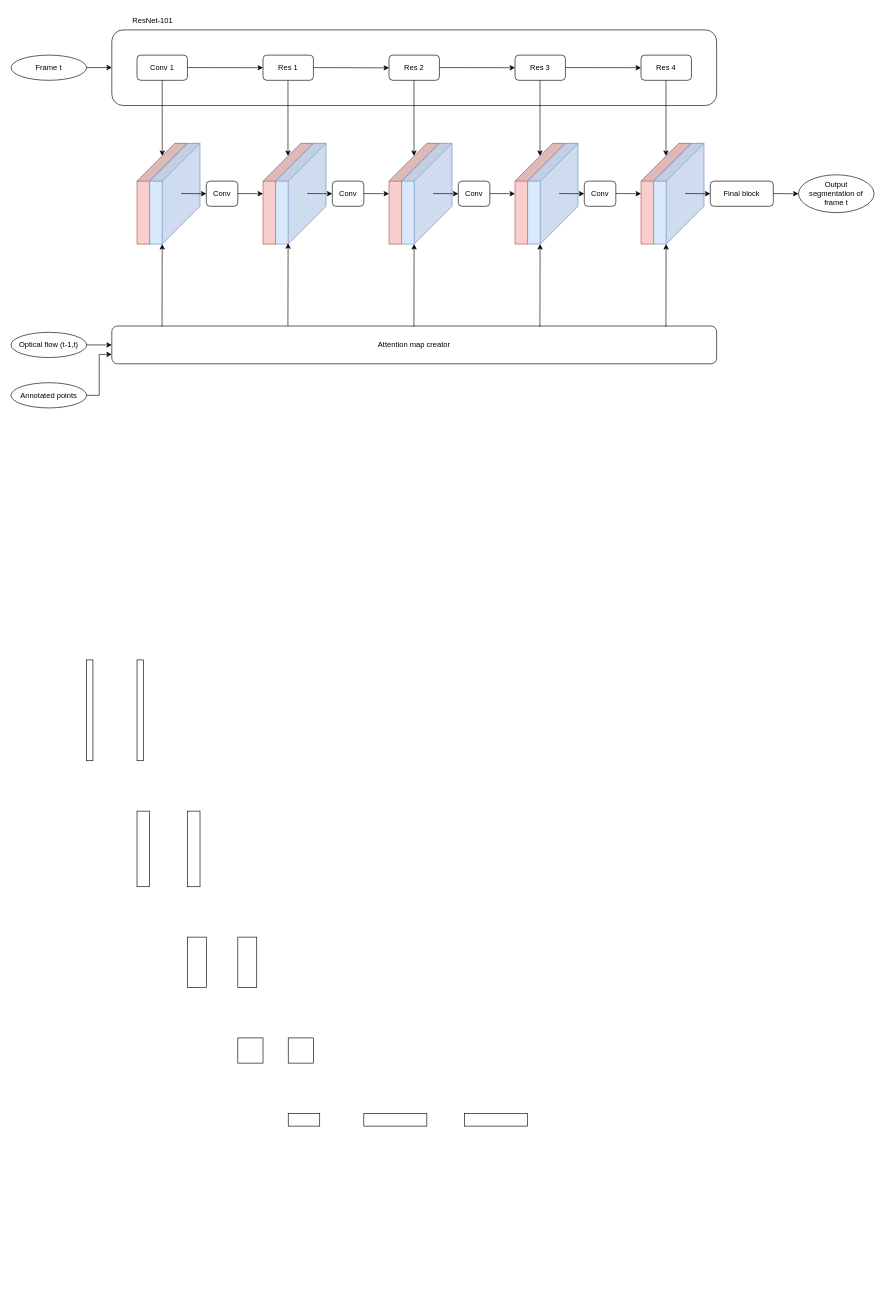
Before: proposeddiagram.drawio in mirarzf/OF-tracker, a draw.io diagram. Source tidied: cells renumbered, new cells numbered last; positions are measured from the earlier drawing's top-left corner, leaving out a move shared by most shapes. Both pictures are drawn from the tidied source at 63%, with x=0, y=0 at pixel (11, 11).
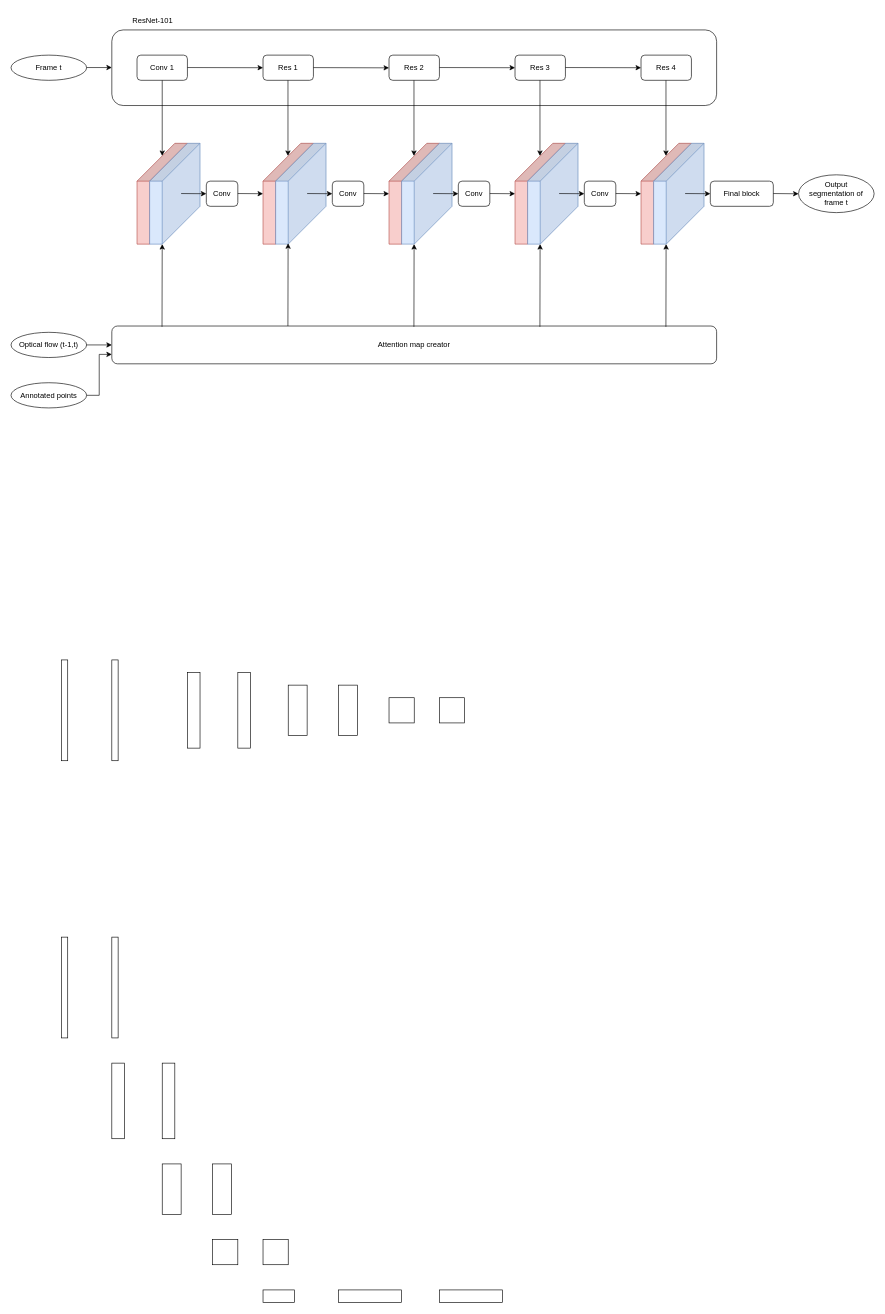
Above is the later version.

Commit message:
Updated proposed diagram

Change to the diagram source:
```diff
@@
     <mxCell id="56" style="rounded=0;whiteSpace=wrap;html=1;" parent="1" vertex="1">
-      <mxGeometry x="120" y="1030" width="10" height="160" as="geometry" />
+      <mxGeometry x="80" y="1030" width="10" height="160" as="geometry" />
     </mxCell>
     <mxCell id="57" style="rounded=0;whiteSpace=wrap;html=1;" parent="1" vertex="1">
-      <mxGeometry x="200" y="1030" width="10" height="160" as="geometry" />
+      <mxGeometry x="160" y="1030" width="10" height="160" as="geometry" />
     </mxCell>
     <mxCell id="58" style="rounded=0;whiteSpace=wrap;html=1;" parent="1" vertex="1">
-      <mxGeometry x="200" y="1270" width="20" height="120" as="geometry" />
+      <mxGeometry x="280" y="1050" width="20" height="120" as="geometry" />
     </mxCell>
     <mxCell id="59" style="rounded=0;whiteSpace=wrap;html=1;" parent="1" vertex="1">
-      <mxGeometry x="280" y="1270" width="20" height="120" as="geometry" />
+      <mxGeometry x="360" y="1050" width="20" height="120" as="geometry" />
     </mxCell>
     <mxCell id="60" style="rounded=0;whiteSpace=wrap;html=1;" parent="1" vertex="1">
-      <mxGeometry x="280" y="1470" width="30" height="80" as="geometry" />
+      <mxGeometry x="440" y="1070" width="30" height="80" as="geometry" />
     </mxCell>
     <mxCell id="61" style="rounded=0;whiteSpace=wrap;html=1;" parent="1" vertex="1">
-      <mxGeometry x="360" y="1470" width="30" height="80" as="geometry" />
+      <mxGeometry x="520" y="1070" width="30" height="80" as="geometry" />
     </mxCell>
     <mxCell id="62" style="rounded=0;whiteSpace=wrap;html=1;" parent="1" vertex="1">
-      <mxGeometry x="360" y="1630" width="40" height="40" as="geometry" />
+      <mxGeometry x="600" y="1090" width="40" height="40" as="geometry" />
     </mxCell>
     <mxCell id="63" style="rounded=0;whiteSpace=wrap;html=1;" parent="1" vertex="1">
-      <mxGeometry x="440" y="1630" width="40" height="40" as="geometry" />
+      <mxGeometry x="680" y="1090" width="40" height="40" as="geometry" />
     </mxCell>
-    <mxCell id="64" style="rounded=0;whiteSpace=wrap;html=1;" parent="1" vertex="1">
-      <mxGeometry x="440" y="1750" width="50" height="20" as="geometry" />
-    </mxCell>
-    <mxCell id="65" style="rounded=0;whiteSpace=wrap;html=1;" parent="1" vertex="1">
-      <mxGeometry x="560" y="1750" width="100" height="20" as="geometry" />
-    </mxCell>
-    <mxCell id="66" style="rounded=0;whiteSpace=wrap;html=1;" parent="1" vertex="1">
-      <mxGeometry x="720" y="1750" width="100" height="20" as="geometry" />
-    </mxCell>
+    <mxCell id="67" style="rounded=0;whiteSpace=wrap;html=1;" parent="1" vertex="1">
+      <mxGeometry x="80" y="1470" width="10" height="160" as="geometry" />
+    </mxCell>
+    <mxCell id="68" style="rounded=0;whiteSpace=wrap;html=1;" parent="1" vertex="1">
+      <mxGeometry x="160" y="1470" width="10" height="160" as="geometry" />
+    </mxCell>
+    <mxCell id="69" style="rounded=0;whiteSpace=wrap;html=1;" parent="1" vertex="1">
+      <mxGeometry x="160" y="1670" width="20" height="120" as="geometry" />
+    </mxCell>
+    <mxCell id="70" style="rounded=0;whiteSpace=wrap;html=1;" parent="1" vertex="1">
+      <mxGeometry x="240" y="1670" width="20" height="120" as="geometry" />
+    </mxCell>
+    <mxCell id="71" style="rounded=0;whiteSpace=wrap;html=1;" parent="1" vertex="1">
+      <mxGeometry x="240" y="1830" width="30" height="80" as="geometry" />
+    </mxCell>
+    <mxCell id="72" style="rounded=0;whiteSpace=wrap;html=1;" parent="1" vertex="1">
+      <mxGeometry x="320" y="1830" width="30" height="80" as="geometry" />
+    </mxCell>
+    <mxCell id="73" style="rounded=0;whiteSpace=wrap;html=1;" parent="1" vertex="1">
+      <mxGeometry x="320" y="1950" width="40" height="40" as="geometry" />
+    </mxCell>
+    <mxCell id="74" style="rounded=0;whiteSpace=wrap;html=1;" parent="1" vertex="1">
+      <mxGeometry x="400" y="1950" width="40" height="40" as="geometry" />
+    </mxCell>
+    <mxCell id="75" style="rounded=0;whiteSpace=wrap;html=1;" parent="1" vertex="1">
+      <mxGeometry x="400" y="2030" width="50" height="20" as="geometry" />
+    </mxCell>
+    <mxCell id="76" style="rounded=0;whiteSpace=wrap;html=1;" parent="1" vertex="1">
+      <mxGeometry x="520" y="2030" width="100" height="20" as="geometry" />
+    </mxCell>
+    <mxCell id="77" style="rounded=0;whiteSpace=wrap;html=1;" parent="1" vertex="1">
+      <mxGeometry x="680" y="2030" width="100" height="20" as="geometry" />
+    </mxCell>
```
